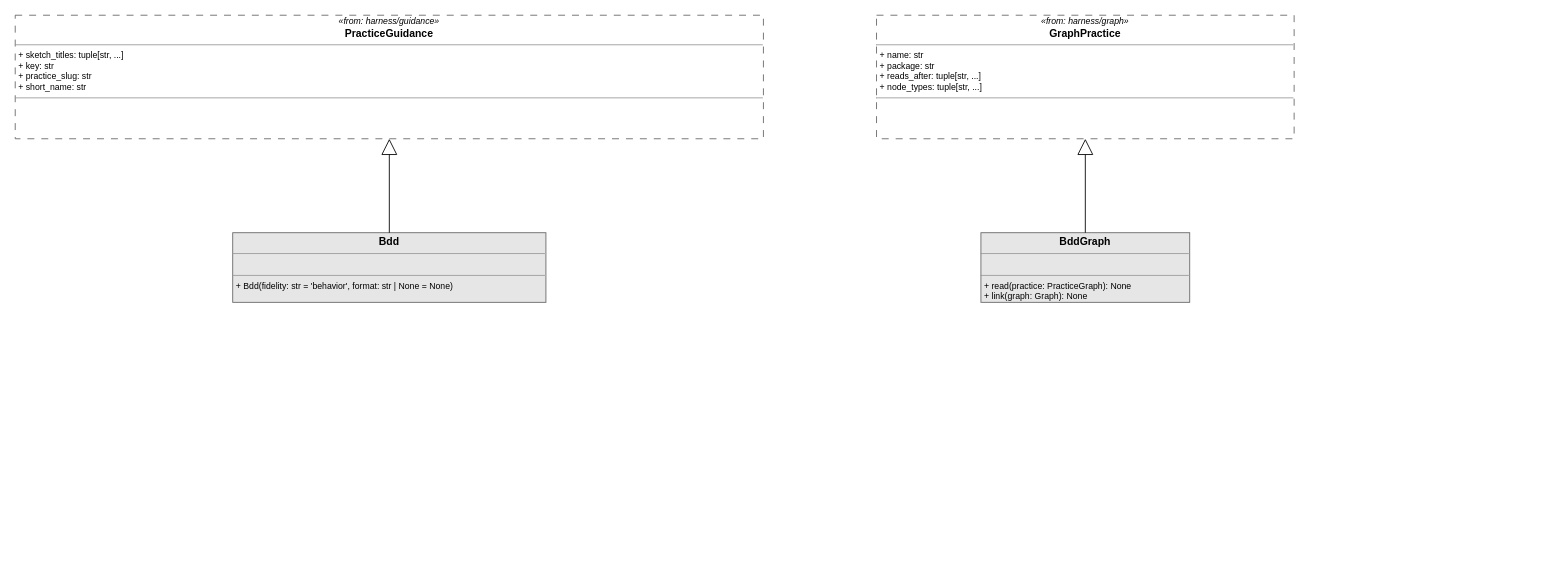
This is page "cdd_guidance/practices/bdd" (26 of 30) of .context/model/repo-model.drawio from abd-works/abd-context-driven-delivery, a draw.io file, before an edit. Source tidied: cells renumbered, new cells numbered last; positions are measured from the earlier drawing's top-left corner, leaving out a move shared by most shapes. Both pictures are drawn from the tidied source at 87%, with x=0, y=0 at pixel (15, 15).
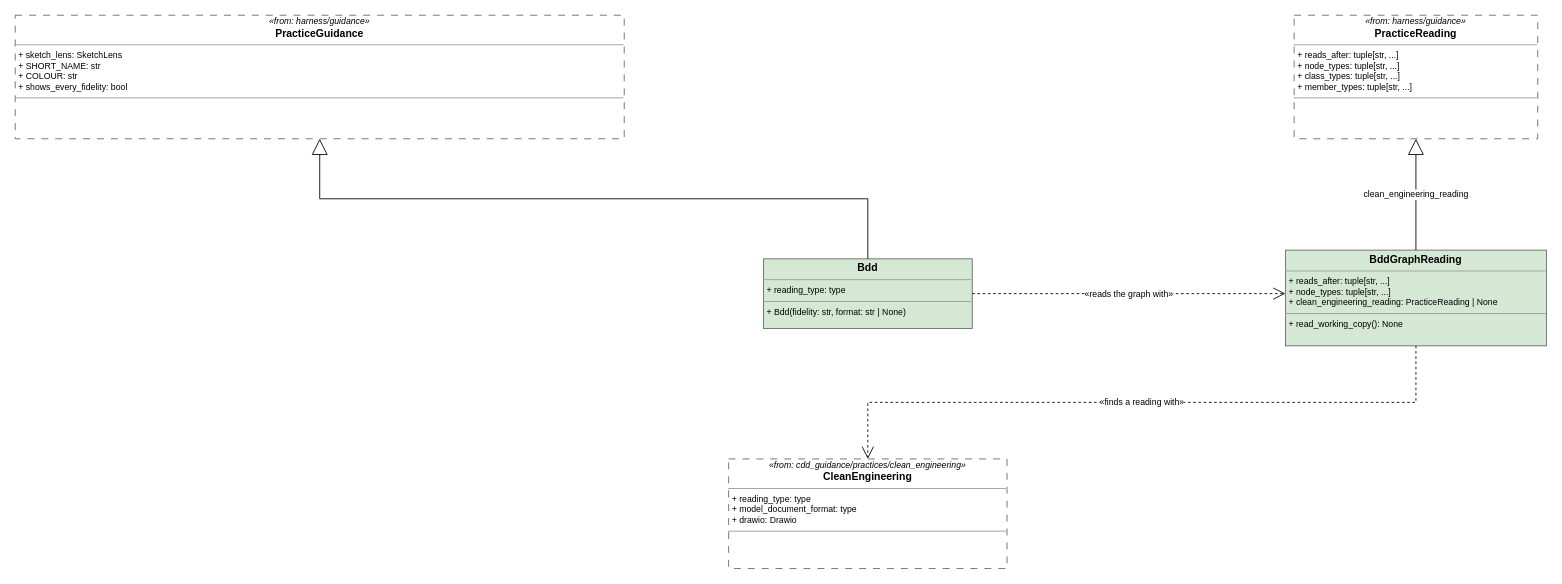
The same page after the edit.

Commit message (it also covers changes not shown here):
Repository model follows the code after refactoring rounds 6 to 9

What changed in the source:
```diff
@@
 <mxGraphModel>
   <root>
     <mxCell id="0" />
     <mxCell id="1" parent="0" />
-    <mxCell id="2" value="&lt;p style=&quot;margin:0px;margin-top:4px;text-align:center;&quot;&gt;&lt;b&gt;Bdd&lt;/b&gt;&lt;/p&gt;&lt;hr size=&quot;1&quot;/&gt;&lt;p style=&quot;margin:0px;margin-left:4px;font-size:10px;&quot;&gt;&lt;br/&gt;&lt;/p&gt;&lt;hr size=&quot;1&quot;/&gt;&lt;p style=&quot;margin:0px;margin-left:4px;font-size:10px;&quot;&gt;+ Bdd(fidelity: str = &amp;#x27;behavior&amp;#x27;, format: str | None = None)&lt;br/&gt;&lt;/p&gt;" style="verticalAlign=top;align=left;overflow=fill;fontSize=12;fontFamily=Helvetica;html=1;whiteSpace=wrap;fillColor=#e6e6e6;strokeColor=#666666;module=cdd_guidance/practices/bdd;" parent="1" vertex="1">
-      <mxGeometry x="250" y="250" width="360" height="80" as="geometry" />
-    </mxCell>
-    <mxCell id="3" value="&lt;p style=&quot;margin:0px;margin-top:4px;text-align:center;&quot;&gt;&lt;b&gt;BddGraph&lt;/b&gt;&lt;/p&gt;&lt;hr size=&quot;1&quot;/&gt;&lt;p style=&quot;margin:0px;margin-left:4px;font-size:10px;&quot;&gt;&lt;br/&gt;&lt;/p&gt;&lt;hr size=&quot;1&quot;/&gt;&lt;p style=&quot;margin:0px;margin-left:4px;font-size:10px;&quot;&gt;+ read(practice: PracticeGraph): None&lt;br/&gt;+ link(graph: Graph): None&lt;br/&gt;&lt;/p&gt;" style="verticalAlign=top;align=left;overflow=fill;fontSize=12;fontFamily=Helvetica;html=1;whiteSpace=wrap;fillColor=#e6e6e6;strokeColor=#666666;module=cdd_guidance/practices/bdd;" parent="1" vertex="1">
-      <mxGeometry x="1110" y="250" width="240" height="80" as="geometry" />
-    </mxCell>
-    <mxCell id="4" value="&lt;p style=&quot;margin:0px;margin-top:2px;text-align:center;font-size:10px;&quot;&gt;&lt;i&gt;«from: harness/graph»&lt;/i&gt;&lt;/p&gt;&lt;p style=&quot;margin:0px;text-align:center;&quot;&gt;&lt;b&gt;GraphPractice&lt;/b&gt;&lt;/p&gt;&lt;hr size=&quot;1&quot;/&gt;&lt;p style=&quot;margin:0px;margin-left:4px;font-size:10px;&quot;&gt;+ name: str&lt;br/&gt;+ package: str&lt;br/&gt;+ reads_after: tuple[str, ...]&lt;br/&gt;+ node_types: tuple[str, ...]&lt;br/&gt;&lt;/p&gt;&lt;hr size=&quot;1&quot;/&gt;&lt;p style=&quot;margin:0px;margin-left:4px;font-size:10px;&quot;&gt;&lt;br/&gt;&lt;/p&gt;" style="verticalAlign=top;align=left;overflow=fill;fontSize=12;fontFamily=Helvetica;html=1;whiteSpace=wrap;dashed=1;dashPattern=8 8;strokeColor=#666666;" parent="1" vertex="1">
-      <mxGeometry x="990" width="480" height="142" as="geometry" />
-    </mxCell>
-    <mxCell id="5" value="&lt;p style=&quot;margin:0px;margin-top:2px;text-align:center;font-size:10px;&quot;&gt;&lt;i&gt;«from: harness/guidance»&lt;/i&gt;&lt;/p&gt;&lt;p style=&quot;margin:0px;text-align:center;&quot;&gt;&lt;b&gt;PracticeGuidance&lt;/b&gt;&lt;/p&gt;&lt;hr size=&quot;1&quot;/&gt;&lt;p style=&quot;margin:0px;margin-left:4px;font-size:10px;&quot;&gt;+ sketch_titles: tuple[str, ...]&lt;br/&gt;+ key: str&lt;br/&gt;+ practice_slug: str&lt;br/&gt;+ short_name: str&lt;br/&gt;&lt;/p&gt;&lt;hr size=&quot;1&quot;/&gt;&lt;p style=&quot;margin:0px;margin-left:4px;font-size:10px;&quot;&gt;&lt;br/&gt;&lt;/p&gt;" style="verticalAlign=top;align=left;overflow=fill;fontSize=12;fontFamily=Helvetica;html=1;whiteSpace=wrap;dashed=1;dashPattern=8 8;strokeColor=#666666;" parent="1" vertex="1">
-      <mxGeometry width="860" height="142" as="geometry" />
+    <mxCell id="5" value="&lt;p style=&quot;margin:0px;margin-top:2px;text-align:center;font-size:10px;&quot;&gt;&lt;i&gt;«from: harness/guidance»&lt;/i&gt;&lt;/p&gt;&lt;p style=&quot;margin:0px;text-align:center;&quot;&gt;&lt;b&gt;PracticeGuidance&lt;/b&gt;&lt;/p&gt;&lt;hr size=&quot;1&quot;/&gt;&lt;p style=&quot;margin:0px;margin-left:4px;font-size:10px;&quot;&gt;+ sketch_lens: SketchLens&lt;br/&gt;+ SHORT_NAME: str&lt;br/&gt;+ COLOUR: str&lt;br/&gt;+ shows_every_fidelity: bool&lt;br/&gt;&lt;/p&gt;&lt;hr size=&quot;1&quot;/&gt;&lt;p style=&quot;margin:0px;margin-left:4px;font-size:10px;&quot;&gt;&lt;br/&gt;&lt;/p&gt;" style="verticalAlign=top;align=left;overflow=fill;fontSize=12;fontFamily=Helvetica;html=1;whiteSpace=wrap;dashed=1;dashPattern=8 8;strokeColor=#666666;" parent="1" vertex="1">
+      <mxGeometry width="700" height="142" as="geometry" />
     </mxCell>
+    <mxCell id="8" value="&lt;p style=&quot;margin:0px;margin-top:2px;text-align:center;font-size:10px;&quot;&gt;&lt;i&gt;«from: harness/guidance»&lt;/i&gt;&lt;/p&gt;&lt;p style=&quot;margin:0px;text-align:center;&quot;&gt;&lt;b&gt;PracticeReading&lt;/b&gt;&lt;/p&gt;&lt;hr size=&quot;1&quot;/&gt;&lt;p style=&quot;margin:0px;margin-left:4px;font-size:10px;&quot;&gt;+ reads_after: tuple[str, ...]&lt;br/&gt;+ node_types: tuple[str, ...]&lt;br/&gt;+ class_types: tuple[str, ...]&lt;br/&gt;+ member_types: tuple[str, ...]&lt;br/&gt;&lt;/p&gt;&lt;hr size=&quot;1&quot;/&gt;&lt;p style=&quot;margin:0px;margin-left:4px;font-size:10px;&quot;&gt;&lt;br/&gt;&lt;/p&gt;" style="verticalAlign=top;align=left;overflow=fill;fontSize=12;fontFamily=Helvetica;html=1;whiteSpace=wrap;dashed=1;dashPattern=8 8;strokeColor=#666666;" parent="1" vertex="1">
+      <mxGeometry x="1470" width="280" height="142" as="geometry" />
+    </mxCell>
+    <mxCell id="9" value="&lt;p style=&quot;margin:0px;margin-top:2px;text-align:center;font-size:10px;&quot;&gt;&lt;i&gt;«from: cdd_guidance/practices/clean_engineering»&lt;/i&gt;&lt;/p&gt;&lt;p style=&quot;margin:0px;text-align:center;&quot;&gt;&lt;b&gt;CleanEngineering&lt;/b&gt;&lt;/p&gt;&lt;hr size=&quot;1&quot;/&gt;&lt;p style=&quot;margin:0px;margin-left:4px;font-size:10px;&quot;&gt;+ reading_type: type&lt;br/&gt;+ model_document_format: type&lt;br/&gt;+ drawio: Drawio&lt;br/&gt;&lt;/p&gt;&lt;hr size=&quot;1&quot;/&gt;&lt;p style=&quot;margin:0px;margin-left:4px;font-size:10px;&quot;&gt;&lt;br/&gt;&lt;/p&gt;" style="verticalAlign=top;align=left;overflow=fill;fontSize=12;fontFamily=Helvetica;html=1;whiteSpace=wrap;dashed=1;dashPattern=8 8;strokeColor=#666666;" parent="1" vertex="1">
+      <mxGeometry x="820" y="510" width="320" height="126" as="geometry" />
+    </mxCell>
+    <mxCell id="10" value="&lt;p style=&quot;margin:0px;margin-top:4px;text-align:center;&quot;&gt;&lt;b&gt;Bdd&lt;/b&gt;&lt;/p&gt;&lt;hr size=&quot;1&quot;/&gt;&lt;p style=&quot;margin:0px;margin-left:4px;font-size:10px;&quot;&gt;+ reading_type: type&lt;br/&gt;&lt;/p&gt;&lt;hr size=&quot;1&quot;/&gt;&lt;p style=&quot;margin:0px;margin-left:4px;font-size:10px;&quot;&gt;+ Bdd(fidelity: str, format: str | None)&lt;br/&gt;&lt;/p&gt;" style="verticalAlign=top;align=left;overflow=fill;fontSize=12;fontFamily=Helvetica;html=1;whiteSpace=wrap;fillColor=#d5e8d4;strokeColor=#666666;module=cdd_guidance/practices/bdd;" parent="1" vertex="1">
+      <mxGeometry x="860" y="280" width="240" height="80" as="geometry" />
+    </mxCell>
+    <mxCell id="11" value="&lt;p style=&quot;margin:0px;margin-top:4px;text-align:center;&quot;&gt;&lt;b&gt;BddGraphReading&lt;/b&gt;&lt;/p&gt;&lt;hr size=&quot;1&quot;/&gt;&lt;p style=&quot;margin:0px;margin-left:4px;font-size:10px;&quot;&gt;+ reads_after: tuple[str, ...]&lt;br/&gt;+ node_types: tuple[str, ...]&lt;br/&gt;+ clean_engineering_reading: PracticeReading | None&lt;br/&gt;&lt;/p&gt;&lt;hr size=&quot;1&quot;/&gt;&lt;p style=&quot;margin:0px;margin-left:4px;font-size:10px;&quot;&gt;+ read_working_copy(): None&lt;br/&gt;&lt;/p&gt;" style="verticalAlign=top;align=left;overflow=fill;fontSize=12;fontFamily=Helvetica;html=1;whiteSpace=wrap;fillColor=#d5e8d4;strokeColor=#666666;module=cdd_guidance/practices/bdd;" parent="1" vertex="1">
+      <mxGeometry x="1460" y="270" width="300" height="110" as="geometry" />
+    </mxCell>
-    <mxCell id="6" style="edgeStyle=orthogonalEdgeStyle;rounded=0;html=1;fontSize=10;labelBackgroundColor=#ffffff;endArrow=block;endSize=16;endFill=0;exitX=0.5;exitY=0.0;exitDx=0;exitDy=0;exitPerimeter=0;entryX=0.5;entryY=1.0;entryDx=0;entryDy=0;entryPerimeter=0;" parent="1" edge="1" source="2" target="5">
+    <mxCell id="6" value="«reads the graph with»" style="edgeStyle=orthogonalEdgeStyle;rounded=0;html=1;fontSize=10;labelBackgroundColor=#ffffff;dashed=1;endArrow=open;endSize=12;exitX=1.0;exitY=0.5;exitDx=0;exitDy=0;exitPerimeter=0;entryX=0.0;entryY=0.4545;entryDx=0;entryDy=0;entryPerimeter=0;" parent="1" edge="1" source="10" target="11">
       <mxGeometry relative="1" as="geometry" />
     </mxCell>
-    <mxCell id="7" style="edgeStyle=orthogonalEdgeStyle;rounded=0;html=1;fontSize=10;labelBackgroundColor=#ffffff;endArrow=block;endSize=16;endFill=0;exitX=0.5;exitY=0.0;exitDx=0;exitDy=0;exitPerimeter=0;entryX=0.5;entryY=1.0;entryDx=0;entryDy=0;entryPerimeter=0;" parent="1" edge="1" source="3" target="4">
+    <mxCell id="7" style="edgeStyle=orthogonalEdgeStyle;rounded=0;html=1;fontSize=10;labelBackgroundColor=#ffffff;endArrow=block;endSize=16;endFill=0;exitX=0.5;exitY=0.0;exitDx=0;exitDy=0;exitPerimeter=0;entryX=0.5;entryY=1.0;entryDx=0;entryDy=0;entryPerimeter=0;" parent="1" edge="1" source="10" target="5">
       <mxGeometry relative="1" as="geometry" />
     </mxCell>
+    <mxCell id="12" value="clean_engineering_reading" style="edgeStyle=orthogonalEdgeStyle;rounded=0;html=1;fontSize=10;labelBackgroundColor=#ffffff;endArrow=block;endSize=16;endFill=0;exitX=0.5;exitY=0.0;exitDx=0;exitDy=0;exitPerimeter=0;entryX=0.5;entryY=1.0;entryDx=0;entryDy=0;entryPerimeter=0;" parent="1" edge="1" source="11" target="8">
+      <mxGeometry relative="1" as="geometry" />
+    </mxCell>
+    <mxCell id="13" value="«finds a reading with»" style="edgeStyle=orthogonalEdgeStyle;rounded=0;html=1;fontSize=10;labelBackgroundColor=#ffffff;dashed=1;endArrow=open;endSize=12;exitX=0.5;exitY=1.0;exitDx=0;exitDy=0;exitPerimeter=0;entryX=0.5;entryY=0.0;entryDx=0;entryDy=0;entryPerimeter=0;" parent="1" edge="1" source="11" target="9">
+      <mxGeometry relative="1" as="geometry" />
+    </mxCell>
   </root>
 </mxGraphModel>
```
